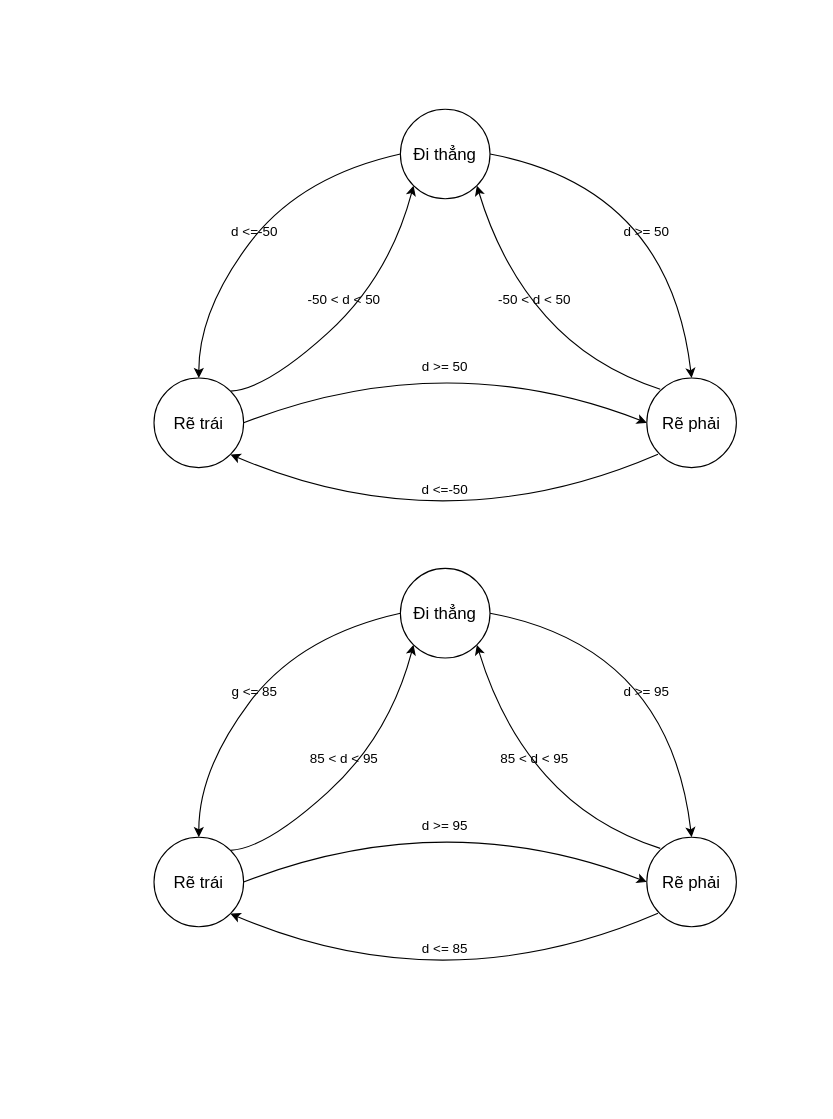
Earlier version of the draw.io diagram B4.drawio (Dieptranivsr/drawio-github). Source tidied: cells renumbered, new cells numbered last; positions are measured from the earlier drawing's top-left corner, leaving out a move shared by most shapes. Both pictures are drawn from the tidied source at 112%, with x=0, y=0 at pixel (153, 109).
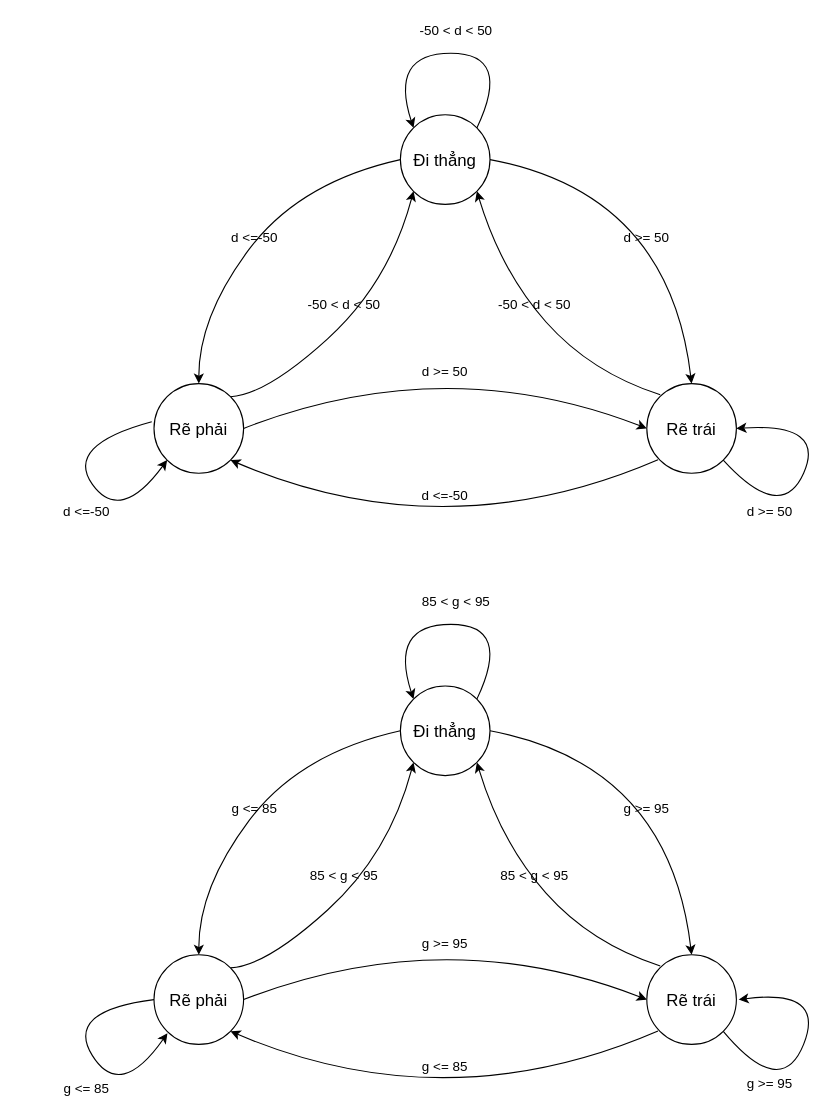
After the change.

Change to the diagram source:
```diff
@@
     <mxCell id="2" style="curved=1;endArrow=none;html=1;entryX=0;entryY=0.5;entryDx=0;entryDy=0;exitX=0.5;exitY=0;exitDx=0;exitDy=0;startArrow=classic;startFill=1;endFill=0;" parent="1" edge="1" source="6" target="7">
       <mxGeometry relative="1" as="geometry">
         <Array as="points">
-          <mxPoint x="40" y="180" />
-          <mxPoint x="130" y="60" />
+          <mxPoint x="40" y="185" />
+          <mxPoint x="130" y="65" />
         </Array>
       </mxGeometry>
     </mxCell>
     <mxCell id="3" style="curved=1;endArrow=classic;html=1;exitX=1;exitY=0;exitDx=0;exitDy=0;entryX=0;entryY=1;entryDx=0;entryDy=0;" parent="1" edge="1" source="6" target="7">
       <mxGeometry relative="1" as="geometry">
         <Array as="points">
-          <mxPoint x="100" y="250" />
-          <mxPoint x="210" y="150" />
+          <mxPoint x="100" y="255" />
+          <mxPoint x="210" y="155" />
         </Array>
       </mxGeometry>
     </mxCell>
     <mxCell id="4" style="curved=1;endArrow=none;html=1;exitX=1;exitY=1;exitDx=0;exitDy=0;startArrow=classic;startFill=1;endFill=0;" parent="1" edge="1" source="6">
       <mxGeometry relative="1" as="geometry">
-        <mxPoint x="450" y="308" as="targetPoint" />
+        <mxPoint x="450" y="313" as="targetPoint" />
         <Array as="points">
-          <mxPoint x="260" y="390" />
+          <mxPoint x="260" y="395" />
         </Array>
       </mxGeometry>
     </mxCell>
     <mxCell id="5" style="curved=1;endArrow=none;html=1;entryX=1;entryY=0.5;entryDx=0;entryDy=0;exitX=0.5;exitY=0;exitDx=0;exitDy=0;startArrow=classic;startFill=1;endFill=0;" parent="1" edge="1" source="8" target="7">
       <mxGeometry relative="1" as="geometry">
         <Array as="points">
-          <mxPoint x="460" y="70" />
+          <mxPoint x="460" y="75" />
         </Array>
       </mxGeometry>
     </mxCell>
-    <mxCell id="6" value="&lt;font style=&quot;font-size: 15px&quot;&gt;Rẽ trái&lt;/font&gt;" style="ellipse;whiteSpace=wrap;html=1;" parent="1" vertex="1">
-      <mxGeometry y="240" width="80" height="80" as="geometry" />
+    <mxCell id="6" value="&lt;font style=&quot;font-size: 15px&quot;&gt;Rẽ phải&lt;/font&gt;" style="ellipse;whiteSpace=wrap;html=1;" parent="1" vertex="1">
+      <mxGeometry y="245" width="80" height="80" as="geometry" />
     </mxCell>
     <mxCell id="7" value="&lt;span style=&quot;font-size: 15px&quot;&gt;Đi thẳng&lt;/span&gt;" style="ellipse;whiteSpace=wrap;html=1;" parent="1" vertex="1">
-      <mxGeometry x="220" width="80" height="80" as="geometry" />
+      <mxGeometry x="220" y="5" width="80" height="80" as="geometry" />
     </mxCell>
-    <mxCell id="8" value="&lt;font style=&quot;font-size: 15px&quot;&gt;Rẽ phải&lt;/font&gt;" style="ellipse;whiteSpace=wrap;html=1;" parent="1" vertex="1">
-      <mxGeometry x="440" y="240" width="80" height="80" as="geometry" />
+    <mxCell id="8" value="&lt;font style=&quot;font-size: 15px&quot;&gt;Rẽ trái&lt;/font&gt;" style="ellipse;whiteSpace=wrap;html=1;" parent="1" vertex="1">
+      <mxGeometry x="440" y="245" width="80" height="80" as="geometry" />
     </mxCell>
     <mxCell id="9" style="curved=1;endArrow=classic;html=1;entryX=1;entryY=1;entryDx=0;entryDy=0;" parent="1" edge="1" target="7">
       <mxGeometry relative="1" as="geometry">
-        <mxPoint x="452" y="250" as="sourcePoint" />
+        <mxPoint x="452" y="255" as="sourcePoint" />
         <Array as="points">
-          <mxPoint x="390" y="230" />
-          <mxPoint x="310" y="140" />
+          <mxPoint x="390" y="235" />
+          <mxPoint x="310" y="145" />
         </Array>
       </mxGeometry>
     </mxCell>
     <mxCell id="10" style="curved=1;endArrow=classic;html=1;entryX=0;entryY=0.5;entryDx=0;entryDy=0;exitX=0.5;exitY=1;exitDx=0;exitDy=0;" parent="1" edge="1" target="8">
       <mxGeometry relative="1" as="geometry">
-        <mxPoint x="80" y="280" as="sourcePoint" />
+        <mxPoint x="80" y="285" as="sourcePoint" />
         <Array as="points">
-          <mxPoint x="260" y="210" />
+          <mxPoint x="260" y="215" />
         </Array>
       </mxGeometry>
     </mxCell>
     <mxCell id="11" value="d &amp;lt;=-50" style="text;html=1;strokeColor=none;fillColor=none;align=center;verticalAlign=middle;whiteSpace=wrap;rounded=0;" parent="1" vertex="1">
-      <mxGeometry x="30" y="100" width="120" height="20" as="geometry" />
+      <mxGeometry x="30" y="105" width="120" height="20" as="geometry" />
     </mxCell>
     <mxCell id="12" value="d &amp;gt;= 50" style="text;html=1;strokeColor=none;fillColor=none;align=center;verticalAlign=middle;whiteSpace=wrap;rounded=0;" parent="1" vertex="1">
-      <mxGeometry x="220" y="220" width="80" height="20" as="geometry" />
+      <mxGeometry x="220" y="225" width="80" height="20" as="geometry" />
     </mxCell>
     <mxCell id="13" value="-50 &amp;lt; d &amp;lt; 50" style="text;html=1;strokeColor=none;fillColor=none;align=center;verticalAlign=middle;whiteSpace=wrap;rounded=0;" parent="1" vertex="1">
-      <mxGeometry x="110" y="160" width="120" height="20" as="geometry" />
+      <mxGeometry x="110" y="165" width="120" height="20" as="geometry" />
     </mxCell>
     <mxCell id="14" value="d &amp;gt;= 50" style="text;html=1;strokeColor=none;fillColor=none;align=center;verticalAlign=middle;whiteSpace=wrap;rounded=0;" parent="1" vertex="1">
-      <mxGeometry x="400" y="100" width="80" height="20" as="geometry" />
+      <mxGeometry x="400" y="105" width="80" height="20" as="geometry" />
     </mxCell>
     <mxCell id="15" value="-50 &amp;lt; d &amp;lt; 50" style="text;html=1;strokeColor=none;fillColor=none;align=center;verticalAlign=middle;whiteSpace=wrap;rounded=0;" parent="1" vertex="1">
-      <mxGeometry x="280" y="160" width="120" height="20" as="geometry" />
+      <mxGeometry x="280" y="165" width="120" height="20" as="geometry" />
     </mxCell>
     <mxCell id="16" value="d &amp;lt;=-50" style="text;html=1;strokeColor=none;fillColor=none;align=center;verticalAlign=middle;whiteSpace=wrap;rounded=0;" parent="1" vertex="1">
-      <mxGeometry x="200" y="330" width="120" height="20" as="geometry" />
+      <mxGeometry x="200" y="335" width="120" height="20" as="geometry" />
     </mxCell>
     <mxCell id="17" style="curved=1;endArrow=none;html=1;entryX=0;entryY=0.5;entryDx=0;entryDy=0;exitX=0.5;exitY=0;exitDx=0;exitDy=0;startArrow=classic;startFill=1;endFill=0;" parent="1" edge="1" source="21" target="22">
       <mxGeometry relative="1" as="geometry">
         <Array as="points">
-          <mxPoint x="40" y="590" />
-          <mxPoint x="130" y="470" />
+          <mxPoint x="40" y="695" />
+          <mxPoint x="130" y="575" />
         </Array>
       </mxGeometry>
     </mxCell>
     <mxCell id="18" style="curved=1;endArrow=classic;html=1;exitX=1;exitY=0;exitDx=0;exitDy=0;entryX=0;entryY=1;entryDx=0;entryDy=0;" parent="1" edge="1" source="21" target="22">
       <mxGeometry relative="1" as="geometry">
         <Array as="points">
-          <mxPoint x="100" y="660" />
-          <mxPoint x="210" y="560" />
+          <mxPoint x="100" y="765" />
+          <mxPoint x="210" y="665" />
         </Array>
       </mxGeometry>
     </mxCell>
     <mxCell id="19" style="curved=1;endArrow=none;html=1;exitX=1;exitY=1;exitDx=0;exitDy=0;startArrow=classic;startFill=1;endFill=0;" parent="1" edge="1" source="21">
       <mxGeometry relative="1" as="geometry">
-        <mxPoint x="450" y="718" as="targetPoint" />
+        <mxPoint x="450" y="823" as="targetPoint" />
         <Array as="points">
-          <mxPoint x="260" y="800" />
+          <mxPoint x="260" y="905" />
         </Array>
       </mxGeometry>
     </mxCell>
     <mxCell id="20" style="curved=1;endArrow=none;html=1;entryX=1;entryY=0.5;entryDx=0;entryDy=0;exitX=0.5;exitY=0;exitDx=0;exitDy=0;startArrow=classic;startFill=1;endFill=0;" parent="1" edge="1" source="23" target="22">
       <mxGeometry relative="1" as="geometry">
         <Array as="points">
-          <mxPoint x="460" y="480" />
+          <mxPoint x="460" y="585" />
         </Array>
       </mxGeometry>
     </mxCell>
-    <mxCell id="21" value="&lt;font style=&quot;font-size: 15px&quot;&gt;Rẽ trái&lt;/font&gt;" style="ellipse;whiteSpace=wrap;html=1;" parent="1" vertex="1">
-      <mxGeometry y="650" width="80" height="80" as="geometry" />
+    <mxCell id="21" value="&lt;font style=&quot;font-size: 15px&quot;&gt;Rẽ phải&lt;/font&gt;" style="ellipse;whiteSpace=wrap;html=1;" parent="1" vertex="1">
+      <mxGeometry y="755" width="80" height="80" as="geometry" />
     </mxCell>
     <mxCell id="22" value="&lt;span style=&quot;font-size: 15px&quot;&gt;Đi thẳng&lt;/span&gt;" style="ellipse;whiteSpace=wrap;html=1;" parent="1" vertex="1">
-      <mxGeometry x="220" y="410" width="80" height="80" as="geometry" />
+      <mxGeometry x="220" y="515" width="80" height="80" as="geometry" />
     </mxCell>
-    <mxCell id="23" value="&lt;font style=&quot;font-size: 15px&quot;&gt;Rẽ phải&lt;/font&gt;" style="ellipse;whiteSpace=wrap;html=1;" parent="1" vertex="1">
-      <mxGeometry x="440" y="650" width="80" height="80" as="geometry" />
+    <mxCell id="23" value="&lt;font style=&quot;font-size: 15px&quot;&gt;Rẽ trái&lt;/font&gt;" style="ellipse;whiteSpace=wrap;html=1;" parent="1" vertex="1">
+      <mxGeometry x="440" y="755" width="80" height="80" as="geometry" />
     </mxCell>
     <mxCell id="24" style="curved=1;endArrow=classic;html=1;entryX=1;entryY=1;entryDx=0;entryDy=0;" parent="1" edge="1" target="22">
       <mxGeometry relative="1" as="geometry">
-        <mxPoint x="452" y="660" as="sourcePoint" />
+        <mxPoint x="452" y="765" as="sourcePoint" />
         <Array as="points">
-          <mxPoint x="390" y="640" />
-          <mxPoint x="310" y="550" />
+          <mxPoint x="390" y="745" />
+          <mxPoint x="310" y="655" />
         </Array>
       </mxGeometry>
     </mxCell>
     <mxCell id="25" style="curved=1;endArrow=classic;html=1;entryX=0;entryY=0.5;entryDx=0;entryDy=0;exitX=0.5;exitY=1;exitDx=0;exitDy=0;" parent="1" edge="1" target="23">
       <mxGeometry relative="1" as="geometry">
-        <mxPoint x="80" y="690" as="sourcePoint" />
+        <mxPoint x="80" y="795" as="sourcePoint" />
         <Array as="points">
-          <mxPoint x="260" y="620" />
+          <mxPoint x="260" y="725" />
         </Array>
       </mxGeometry>
     </mxCell>
     <mxCell id="26" value="g &amp;lt;= 85" style="text;html=1;strokeColor=none;fillColor=none;align=center;verticalAlign=middle;whiteSpace=wrap;rounded=0;" parent="1" vertex="1">
-      <mxGeometry x="30" y="510" width="120" height="20" as="geometry" />
+      <mxGeometry x="30" y="615" width="120" height="20" as="geometry" />
     </mxCell>
-    <mxCell id="27" value="d &amp;gt;= 95" style="text;html=1;strokeColor=none;fillColor=none;align=center;verticalAlign=middle;whiteSpace=wrap;rounded=0;" parent="1" vertex="1">
-      <mxGeometry x="220" y="630" width="80" height="20" as="geometry" />
+    <mxCell id="27" value="g &amp;gt;= 95" style="text;html=1;strokeColor=none;fillColor=none;align=center;verticalAlign=middle;whiteSpace=wrap;rounded=0;" parent="1" vertex="1">
+      <mxGeometry x="220" y="735" width="80" height="20" as="geometry" />
     </mxCell>
-    <mxCell id="28" value="85 &amp;lt; d &amp;lt; 95" style="text;html=1;strokeColor=none;fillColor=none;align=center;verticalAlign=middle;whiteSpace=wrap;rounded=0;" parent="1" vertex="1">
-      <mxGeometry x="110" y="570" width="120" height="20" as="geometry" />
+    <mxCell id="28" value="85 &amp;lt; g &amp;lt; 95" style="text;html=1;strokeColor=none;fillColor=none;align=center;verticalAlign=middle;whiteSpace=wrap;rounded=0;" parent="1" vertex="1">
+      <mxGeometry x="110" y="675" width="120" height="20" as="geometry" />
     </mxCell>
-    <mxCell id="29" value="d &amp;gt;= 95" style="text;html=1;strokeColor=none;fillColor=none;align=center;verticalAlign=middle;whiteSpace=wrap;rounded=0;" parent="1" vertex="1">
-      <mxGeometry x="400" y="510" width="80" height="20" as="geometry" />
+    <mxCell id="29" value="g &amp;gt;= 95" style="text;html=1;strokeColor=none;fillColor=none;align=center;verticalAlign=middle;whiteSpace=wrap;rounded=0;" parent="1" vertex="1">
+      <mxGeometry x="400" y="615" width="80" height="20" as="geometry" />
     </mxCell>
-    <mxCell id="30" value="85 &amp;lt; d &amp;lt; 95" style="text;html=1;strokeColor=none;fillColor=none;align=center;verticalAlign=middle;whiteSpace=wrap;rounded=0;" parent="1" vertex="1">
-      <mxGeometry x="280" y="570" width="120" height="20" as="geometry" />
+    <mxCell id="30" value="85 &amp;lt; g &amp;lt; 95" style="text;html=1;strokeColor=none;fillColor=none;align=center;verticalAlign=middle;whiteSpace=wrap;rounded=0;" parent="1" vertex="1">
+      <mxGeometry x="280" y="675" width="120" height="20" as="geometry" />
     </mxCell>
-    <mxCell id="31" value="d &amp;lt;= 85" style="text;html=1;strokeColor=none;fillColor=none;align=center;verticalAlign=middle;whiteSpace=wrap;rounded=0;" parent="1" vertex="1">
-      <mxGeometry x="200" y="740" width="120" height="20" as="geometry" />
+    <mxCell id="31" value="g &amp;lt;= 85" style="text;html=1;strokeColor=none;fillColor=none;align=center;verticalAlign=middle;whiteSpace=wrap;rounded=0;" parent="1" vertex="1">
+      <mxGeometry x="200" y="845" width="120" height="20" as="geometry" />
     </mxCell>
+    <mxCell id="32" style="curved=1;endArrow=classic;html=1;entryX=1;entryY=0.5;entryDx=0;entryDy=0;exitX=1;exitY=1;exitDx=0;exitDy=0;" parent="1" edge="1" source="8" target="8">
+      <mxGeometry relative="1" as="geometry">
+        <Array as="points">
+          <mxPoint x="560" y="370" />
+          <mxPoint x="600" y="280" />
+        </Array>
+      </mxGeometry>
+    </mxCell>
+    <mxCell id="33" style="curved=1;endArrow=classic;html=1;entryX=0;entryY=0;entryDx=0;entryDy=0;exitX=1;exitY=0;exitDx=0;exitDy=0;" parent="1" edge="1" source="7" target="7">
+      <mxGeometry relative="1" as="geometry">
+        <Array as="points">
+          <mxPoint x="320" y="-50" />
+          <mxPoint x="210" y="-50" />
+        </Array>
+      </mxGeometry>
+    </mxCell>
+    <mxCell id="34" style="curved=1;endArrow=classic;html=1;entryX=0;entryY=1;entryDx=0;entryDy=0;exitX=-0.025;exitY=0.425;exitDx=0;exitDy=0;exitPerimeter=0;" parent="1" edge="1" source="6" target="6">
+      <mxGeometry relative="1" as="geometry">
+        <Array as="points">
+          <mxPoint x="-80" y="300" />
+          <mxPoint x="-30" y="370" />
+        </Array>
+      </mxGeometry>
+    </mxCell>
+    <mxCell id="35" style="curved=1;endArrow=classic;html=1;entryX=0;entryY=0;entryDx=0;entryDy=0;exitX=1;exitY=0;exitDx=0;exitDy=0;" parent="1" edge="1" source="22" target="22">
+      <mxGeometry relative="1" as="geometry">
+        <Array as="points">
+          <mxPoint x="320" y="460" />
+          <mxPoint x="210" y="460" />
+        </Array>
+      </mxGeometry>
+    </mxCell>
+    <mxCell id="36" style="curved=1;endArrow=classic;html=1;exitX=1;exitY=1;exitDx=0;exitDy=0;" parent="1" edge="1" source="23">
+      <mxGeometry relative="1" as="geometry">
+        <mxPoint x="522" y="795" as="targetPoint" />
+        <Array as="points">
+          <mxPoint x="560" y="885" />
+          <mxPoint x="600" y="785" />
+        </Array>
+      </mxGeometry>
+    </mxCell>
+    <mxCell id="37" style="curved=1;endArrow=classic;html=1;exitX=0;exitY=0.5;exitDx=0;exitDy=0;" parent="1" edge="1" source="21">
+      <mxGeometry relative="1" as="geometry">
+        <mxPoint x="12" y="825" as="targetPoint" />
+        <Array as="points">
+          <mxPoint x="-80" y="805" />
+          <mxPoint x="-30" y="885" />
+        </Array>
+      </mxGeometry>
+    </mxCell>
+    <mxCell id="38" value="d &amp;gt;= 50" style="text;html=1;strokeColor=none;fillColor=none;align=center;verticalAlign=middle;whiteSpace=wrap;rounded=0;" parent="1" vertex="1">
+      <mxGeometry x="510" y="350" width="80" height="20" as="geometry" />
+    </mxCell>
+    <mxCell id="39" value="-50 &amp;lt; d &amp;lt; 50" style="text;html=1;strokeColor=none;fillColor=none;align=center;verticalAlign=middle;whiteSpace=wrap;rounded=0;" parent="1" vertex="1">
+      <mxGeometry x="210" y="-80" width="120" height="20" as="geometry" />
+    </mxCell>
+    <mxCell id="40" value="d &amp;lt;=-50" style="text;html=1;strokeColor=none;fillColor=none;align=center;verticalAlign=middle;whiteSpace=wrap;rounded=0;" parent="1" vertex="1">
+      <mxGeometry x="-120" y="350" width="120" height="20" as="geometry" />
+    </mxCell>
+    <mxCell id="41" value="85 &amp;lt; g &amp;lt; 95" style="text;html=1;strokeColor=none;fillColor=none;align=center;verticalAlign=middle;whiteSpace=wrap;rounded=0;" parent="1" vertex="1">
+      <mxGeometry x="210" y="430" width="120" height="20" as="geometry" />
+    </mxCell>
+    <mxCell id="42" value="g &amp;gt;= 95" style="text;html=1;strokeColor=none;fillColor=none;align=center;verticalAlign=middle;whiteSpace=wrap;rounded=0;" parent="1" vertex="1">
+      <mxGeometry x="510" y="860" width="80" height="20" as="geometry" />
+    </mxCell>
+    <mxCell id="43" value="g &amp;lt;= 85" style="text;html=1;strokeColor=none;fillColor=none;align=center;verticalAlign=middle;whiteSpace=wrap;rounded=0;" parent="1" vertex="1">
+      <mxGeometry x="-120" y="865" width="120" height="20" as="geometry" />
+    </mxCell>
```
